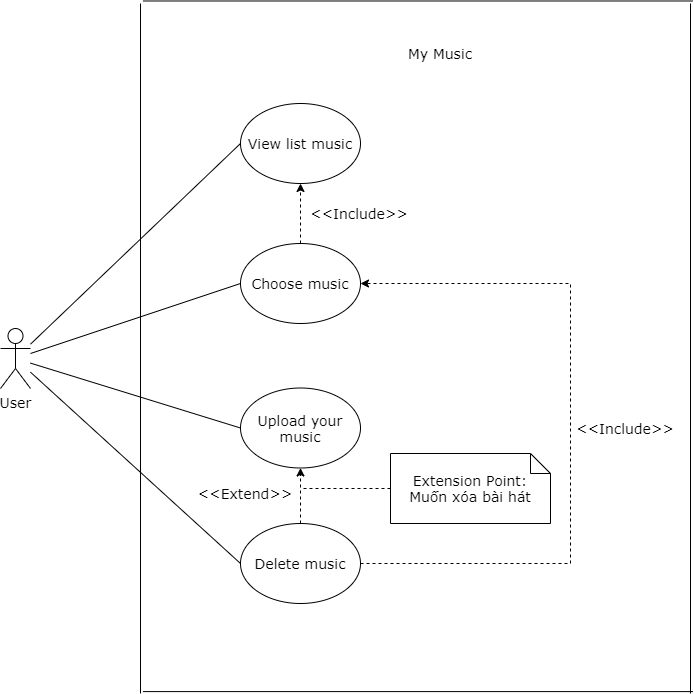
The draw.io diagram ToDoApp-Doc/Document/Diagram/UseCase/MyMusic/MyMusic UseCase.png in Merevoli-DatLuu/To-Do-App, before a commit. Source tidied: cells renumbered, new cells last; positions are measured from the earlier drawing's top-left corner, leaving out a move shared by most shapes. Source of this version:
```xml
<mxGraphModel>
  <root>
    <mxCell id="0" />
    <mxCell id="1" parent="0" />
    <mxCell id="2" style="edgeStyle=none;rounded=0;jettySize=auto;html=1;entryX=0;entryY=0.5;entryDx=0;entryDy=0;endArrow=none;endFill=0;fontFamily=Verdana;fontSize=14;" parent="1" edge="1" source="6" target="7">
      <mxGeometry relative="1" as="geometry" />
    </mxCell>
    <mxCell id="3" style="edgeStyle=none;rounded=0;jettySize=auto;html=1;entryX=0;entryY=0.5;entryDx=0;entryDy=0;endArrow=none;endFill=0;fontFamily=Verdana;fontSize=14;" parent="1" edge="1" source="6" target="9">
      <mxGeometry relative="1" as="geometry" />
    </mxCell>
    <mxCell id="4" style="edgeStyle=none;rounded=0;jettySize=auto;html=1;entryX=0;entryY=0.5;entryDx=0;entryDy=0;endArrow=none;endFill=0;fontFamily=Verdana;fontSize=14;" parent="1" edge="1" source="6" target="10">
      <mxGeometry relative="1" as="geometry" />
    </mxCell>
    <mxCell id="5" style="edgeStyle=none;rounded=0;jettySize=auto;html=1;entryX=0;entryY=0.5;entryDx=0;entryDy=0;endArrow=none;endFill=0;fontFamily=Verdana;fontSize=14;" parent="1" edge="1" source="6" target="13">
      <mxGeometry relative="1" as="geometry" />
    </mxCell>
    <mxCell id="6" value="User" style="shape=umlActor;verticalLabelPosition=bottom;verticalAlign=top;html=1;outlineConnect=0;fontSize=14;fontFamily=Verdana;" parent="1" vertex="1">
      <mxGeometry y="325" width="30" height="60" as="geometry" />
    </mxCell>
    <mxCell id="7" value="View list music" style="ellipse;whiteSpace=wrap;html=1;fontFamily=Verdana;fontSize=14;" parent="1" vertex="1">
      <mxGeometry x="240" y="100" width="120" height="80" as="geometry" />
    </mxCell>
    <mxCell id="8" style="edgeStyle=none;rounded=0;jettySize=auto;html=1;endArrow=classic;endFill=1;dashed=1;fontFamily=Verdana;fontSize=14;" parent="1" edge="1" source="9" target="7">
      <mxGeometry relative="1" as="geometry" />
    </mxCell>
    <mxCell id="9" value="Choose music" style="ellipse;whiteSpace=wrap;html=1;fontFamily=Verdana;fontSize=14;" parent="1" vertex="1">
      <mxGeometry x="240" y="240" width="120" height="80" as="geometry" />
    </mxCell>
    <mxCell id="10" value="Upload your music" style="ellipse;whiteSpace=wrap;html=1;fontFamily=Verdana;fontSize=14;" parent="1" vertex="1">
      <mxGeometry x="240" y="384.5" width="120" height="80" as="geometry" />
    </mxCell>
    <mxCell id="11" style="edgeStyle=orthogonalEdgeStyle;rounded=0;jettySize=auto;html=1;entryX=1;entryY=0.5;entryDx=0;entryDy=0;dashed=1;endArrow=classic;endFill=1;fontFamily=Verdana;fontSize=14;" parent="1" edge="1" source="13" target="9">
      <mxGeometry relative="1" as="geometry">
        <Array as="points">
          <mxPoint x="570" y="560" />
          <mxPoint x="570" y="280" />
        </Array>
      </mxGeometry>
    </mxCell>
    <mxCell id="12" style="edgeStyle=orthogonalEdgeStyle;rounded=0;jettySize=auto;html=1;entryX=0.5;entryY=1;entryDx=0;entryDy=0;dashed=1;endArrow=classic;endFill=1;fontFamily=Verdana;fontSize=14;" parent="1" edge="1" source="13" target="10">
      <mxGeometry relative="1" as="geometry" />
    </mxCell>
    <mxCell id="13" value="Delete music" style="ellipse;whiteSpace=wrap;html=1;fontFamily=Verdana;fontSize=14;" parent="1" vertex="1">
      <mxGeometry x="240" y="520" width="120" height="80" as="geometry" />
    </mxCell>
    <mxCell id="14" value="&amp;lt;&amp;lt;Extend&amp;gt;&amp;gt;" style="text;html=1;strokeColor=none;fillColor=none;align=center;verticalAlign=middle;whiteSpace=wrap;rounded=0;fontFamily=Verdana;fontSize=14;" parent="1" vertex="1">
      <mxGeometry x="200" y="480" width="90" height="20" as="geometry" />
    </mxCell>
    <mxCell id="15" value="&amp;lt;&amp;lt;Include&amp;gt;&amp;gt;" style="text;html=1;strokeColor=none;fillColor=none;align=center;verticalAlign=middle;whiteSpace=wrap;rounded=0;fontFamily=Verdana;fontSize=14;" parent="1" vertex="1">
      <mxGeometry x="580" y="414.5" width="90" height="20" as="geometry" />
    </mxCell>
    <mxCell id="16" style="edgeStyle=orthogonalEdgeStyle;rounded=0;jettySize=auto;html=1;dashed=1;endArrow=none;endFill=0;fontFamily=Verdana;fontSize=14;" parent="1" edge="1" source="17">
      <mxGeometry relative="1" as="geometry">
        <mxPoint x="300" y="485" as="targetPoint" />
      </mxGeometry>
    </mxCell>
    <mxCell id="17" value="Extension Point:&lt;br style=&quot;font-size: 14px&quot;&gt;Muốn xóa bài hát" style="shape=note;size=20;whiteSpace=wrap;html=1;fontFamily=Verdana;fontSize=14;" parent="1" vertex="1">
      <mxGeometry x="390" y="450" width="160" height="70" as="geometry" />
    </mxCell>
    <mxCell id="18" value="&amp;lt;&amp;lt;Include&amp;gt;&amp;gt;" style="text;html=1;strokeColor=none;fillColor=none;align=center;verticalAlign=middle;whiteSpace=wrap;rounded=0;fontFamily=Verdana;fontSize=14;" parent="1" vertex="1">
      <mxGeometry x="314" y="200" width="90" height="20" as="geometry" />
    </mxCell>
    <mxCell id="19" style="shape=partialRectangle;whiteSpace=wrap;html=1;top=0;bottom=0;fillColor=none;fontFamily=Verdana;fontSize=14;" parent="1" vertex="1">
      <mxGeometry x="140" width="550" height="690" as="geometry" />
    </mxCell>
    <mxCell id="20" style="shape=partialRectangle;whiteSpace=wrap;html=1;top=0;bottom=0;fillColor=none;fontFamily=Verdana;fontSize=14;rotation=90;" parent="1" vertex="1">
      <mxGeometry x="72.2" y="67.8" width="690.6" height="550" as="geometry" />
    </mxCell>
    <mxCell id="21" value="My Music" style="text;html=1;strokeColor=none;fillColor=none;align=center;verticalAlign=middle;whiteSpace=wrap;rounded=0;fontFamily=Verdana;fontSize=14;" parent="1" vertex="1">
      <mxGeometry x="390" y="40" width="100" height="20" as="geometry" />
    </mxCell>
  </root>
</mxGraphModel>
```
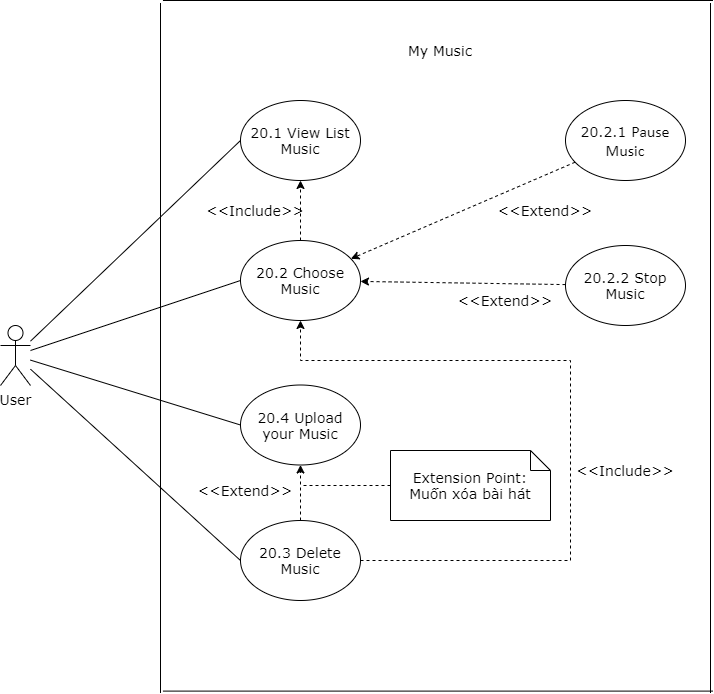
After the change.

Commit message:
[Document, Modified] : MyMusic UseCase Diagram & Specification

Diff of the diagram source:
```diff
@@ -17,37 +17,38 @@
     <mxCell id="6" value="User" style="shape=umlActor;verticalLabelPosition=bottom;verticalAlign=top;html=1;outlineConnect=0;fontSize=14;fontFamily=Verdana;" parent="1" vertex="1">
       <mxGeometry y="325" width="30" height="60" as="geometry" />
     </mxCell>
-    <mxCell id="7" value="View list music" style="ellipse;whiteSpace=wrap;html=1;fontFamily=Verdana;fontSize=14;" parent="1" vertex="1">
+    <mxCell id="7" value="20.1 View List Music" style="ellipse;whiteSpace=wrap;html=1;fontFamily=Verdana;fontSize=14;" parent="1" vertex="1">
       <mxGeometry x="240" y="100" width="120" height="80" as="geometry" />
     </mxCell>
     <mxCell id="8" style="edgeStyle=none;rounded=0;jettySize=auto;html=1;endArrow=classic;endFill=1;dashed=1;fontFamily=Verdana;fontSize=14;" parent="1" edge="1" source="9" target="7">
       <mxGeometry relative="1" as="geometry" />
     </mxCell>
-    <mxCell id="9" value="Choose music" style="ellipse;whiteSpace=wrap;html=1;fontFamily=Verdana;fontSize=14;" parent="1" vertex="1">
+    <mxCell id="9" value="20.2 Choose Music" style="ellipse;whiteSpace=wrap;html=1;fontFamily=Verdana;fontSize=14;" parent="1" vertex="1">
       <mxGeometry x="240" y="240" width="120" height="80" as="geometry" />
     </mxCell>
-    <mxCell id="10" value="Upload your music" style="ellipse;whiteSpace=wrap;html=1;fontFamily=Verdana;fontSize=14;" parent="1" vertex="1">
+    <mxCell id="10" value="20.4 Upload your Music" style="ellipse;whiteSpace=wrap;html=1;fontFamily=Verdana;fontSize=14;" parent="1" vertex="1">
       <mxGeometry x="240" y="384.5" width="120" height="80" as="geometry" />
     </mxCell>
-    <mxCell id="11" style="edgeStyle=orthogonalEdgeStyle;rounded=0;jettySize=auto;html=1;entryX=1;entryY=0.5;entryDx=0;entryDy=0;dashed=1;endArrow=classic;endFill=1;fontFamily=Verdana;fontSize=14;" parent="1" edge="1" source="13" target="9">
+    <mxCell id="11" style="edgeStyle=orthogonalEdgeStyle;rounded=0;jettySize=auto;html=1;entryX=0.5;entryY=1;entryDx=0;entryDy=0;dashed=1;endArrow=classic;endFill=1;fontFamily=Verdana;fontSize=14;" parent="1" edge="1" source="13" target="9">
       <mxGeometry relative="1" as="geometry">
         <Array as="points">
           <mxPoint x="570" y="560" />
-          <mxPoint x="570" y="280" />
+          <mxPoint x="570" y="360" />
+          <mxPoint x="300" y="360" />
         </Array>
       </mxGeometry>
     </mxCell>
     <mxCell id="12" style="edgeStyle=orthogonalEdgeStyle;rounded=0;jettySize=auto;html=1;entryX=0.5;entryY=1;entryDx=0;entryDy=0;dashed=1;endArrow=classic;endFill=1;fontFamily=Verdana;fontSize=14;" parent="1" edge="1" source="13" target="10">
       <mxGeometry relative="1" as="geometry" />
     </mxCell>
-    <mxCell id="13" value="Delete music" style="ellipse;whiteSpace=wrap;html=1;fontFamily=Verdana;fontSize=14;" parent="1" vertex="1">
+    <mxCell id="13" value="20.3 Delete Music" style="ellipse;whiteSpace=wrap;html=1;fontFamily=Verdana;fontSize=14;" parent="1" vertex="1">
       <mxGeometry x="240" y="520" width="120" height="80" as="geometry" />
     </mxCell>
     <mxCell id="14" value="&amp;lt;&amp;lt;Extend&amp;gt;&amp;gt;" style="text;html=1;strokeColor=none;fillColor=none;align=center;verticalAlign=middle;whiteSpace=wrap;rounded=0;fontFamily=Verdana;fontSize=14;" parent="1" vertex="1">
       <mxGeometry x="200" y="480" width="90" height="20" as="geometry" />
     </mxCell>
     <mxCell id="15" value="&amp;lt;&amp;lt;Include&amp;gt;&amp;gt;" style="text;html=1;strokeColor=none;fillColor=none;align=center;verticalAlign=middle;whiteSpace=wrap;rounded=0;fontFamily=Verdana;fontSize=14;" parent="1" vertex="1">
-      <mxGeometry x="580" y="414.5" width="90" height="20" as="geometry" />
+      <mxGeometry x="580" y="460" width="90" height="20" as="geometry" />
     </mxCell>
     <mxCell id="16" style="edgeStyle=orthogonalEdgeStyle;rounded=0;jettySize=auto;html=1;dashed=1;endArrow=none;endFill=0;fontFamily=Verdana;fontSize=14;" parent="1" edge="1" source="17">
       <mxGeometry relative="1" as="geometry">
@@ -58,16 +59,37 @@
       <mxGeometry x="390" y="450" width="160" height="70" as="geometry" />
     </mxCell>
     <mxCell id="18" value="&amp;lt;&amp;lt;Include&amp;gt;&amp;gt;" style="text;html=1;strokeColor=none;fillColor=none;align=center;verticalAlign=middle;whiteSpace=wrap;rounded=0;fontFamily=Verdana;fontSize=14;" parent="1" vertex="1">
-      <mxGeometry x="314" y="200" width="90" height="20" as="geometry" />
+      <mxGeometry x="210" y="200" width="90" height="20" as="geometry" />
     </mxCell>
+    <mxCell id="21" value="My Music" style="text;html=1;strokeColor=none;fillColor=none;align=center;verticalAlign=middle;whiteSpace=wrap;rounded=0;fontFamily=Verdana;fontSize=14;" parent="1" vertex="1">
+      <mxGeometry x="390" y="40" width="100" height="20" as="geometry" />
+    </mxCell>
+    <mxCell id="22" style="group;" parent="1" vertex="1">
+      <mxGeometry x="160" width="552.5" height="692.5" as="geometry" />
+    </mxCell>
-    <mxCell id="19" style="shape=partialRectangle;whiteSpace=wrap;html=1;top=0;bottom=0;fillColor=none;fontFamily=Verdana;fontSize=14;" parent="1" vertex="1">
-      <mxGeometry x="140" width="550" height="690" as="geometry" />
+    <mxCell id="19" style="shape=partialRectangle;whiteSpace=wrap;html=1;top=0;bottom=0;fillColor=none;fontFamily=Verdana;fontSize=14;" parent="22" vertex="1">
+      <mxGeometry y="2.5" width="550" height="690" as="geometry" />
     </mxCell>
-    <mxCell id="20" style="shape=partialRectangle;whiteSpace=wrap;html=1;top=0;bottom=0;fillColor=none;fontFamily=Verdana;fontSize=14;rotation=90;" parent="1" vertex="1">
-      <mxGeometry x="72.2" y="67.8" width="690.6" height="550" as="geometry" />
+    <mxCell id="20" style="shape=partialRectangle;whiteSpace=wrap;html=1;top=0;bottom=0;fillColor=none;fontFamily=Verdana;fontSize=14;rotation=90;" parent="22" vertex="1">
+      <mxGeometry x="-67.8" y="70.3" width="690.6" height="550" as="geometry" />
     </mxCell>
-    <mxCell id="21" value="My Music" style="text;html=1;strokeColor=none;fillColor=none;align=center;verticalAlign=middle;whiteSpace=wrap;rounded=0;fontFamily=Verdana;fontSize=14;" parent="1" vertex="1">
-      <mxGeometry x="390" y="40" width="100" height="20" as="geometry" />
-    </mxCell>
+    <mxCell id="23" style="edgeStyle=none;rounded=0;jettySize=auto;html=1;dashed=1;" parent="1" edge="1" source="24" target="9">
+      <mxGeometry relative="1" as="geometry" />
+    </mxCell>
+    <mxCell id="24" value="20.2.1&amp;nbsp;&lt;span style=&quot;font-family: &amp;#34;calibri&amp;#34; ; font-size: 12pt&quot;&gt;Pause Music&lt;/span&gt;" style="ellipse;whiteSpace=wrap;html=1;fontFamily=Verdana;fontSize=14;" parent="1" vertex="1">
+      <mxGeometry x="565" y="100" width="120" height="80" as="geometry" />
+    </mxCell>
+    <mxCell id="25" style="edgeStyle=none;rounded=0;jettySize=auto;html=1;dashed=1;" parent="1" edge="1" source="26" target="9">
+      <mxGeometry relative="1" as="geometry" />
+    </mxCell>
+    <mxCell id="26" value="20.2.2 Stop Music" style="ellipse;whiteSpace=wrap;html=1;fontFamily=Verdana;fontSize=14;" parent="1" vertex="1">
+      <mxGeometry x="565" y="245" width="120" height="80" as="geometry" />
+    </mxCell>
+    <mxCell id="27" value="&amp;lt;&amp;lt;Extend&amp;gt;&amp;gt;" style="text;html=1;strokeColor=none;fillColor=none;align=center;verticalAlign=middle;whiteSpace=wrap;rounded=0;fontFamily=Verdana;fontSize=14;" parent="1" vertex="1">
+      <mxGeometry x="460" y="290" width="90" height="20" as="geometry" />
+    </mxCell>
+    <mxCell id="28" value="&amp;lt;&amp;lt;Extend&amp;gt;&amp;gt;" style="text;html=1;strokeColor=none;fillColor=none;align=center;verticalAlign=middle;whiteSpace=wrap;rounded=0;fontFamily=Verdana;fontSize=14;" parent="1" vertex="1">
+      <mxGeometry x="500" y="200" width="90" height="20" as="geometry" />
+    </mxCell>
   </root>
 </mxGraphModel>
```
